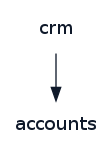
This is assets/nexgen.png from oodavid/oodavid.github.com, a Graphviz export, as it was before one commit. Its source is kept beside it as assets/nexgen.dot. The source it was exported from:
```dot
/**
 * Example GraphViz file for the generation of a visual schema.
 *
 *		To use:
 *
 *			dot -Tpng nexgen.dot -o nexgen.png
 *			setsid exo-open nexgen.png
 */
digraph G {
	graph [
		truecolor=true
		bgcolor="#FFFFFF00"
		fontname = "Ubuntu"
	]
	node [
		shape=box
		style=filled
		fillcolor="#FFFFFF"
		color=transparent
		fontcolor="#0F192A"
	]
	edge [
		color="#0F192A"
	]
	crm -> accounts;
}
```
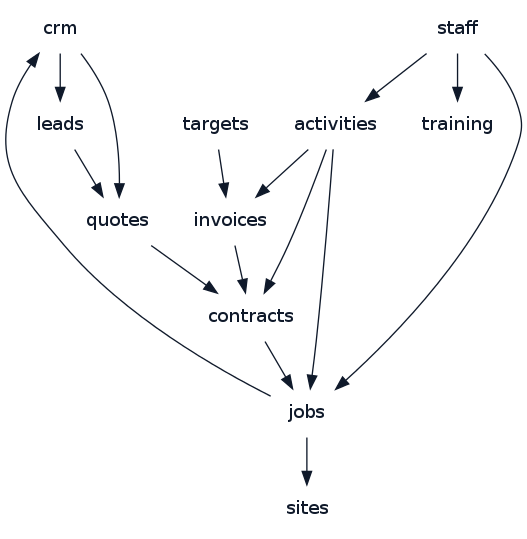
The same file after the commit.

What changed in the source:
```diff
@@ -22,5 +22,19 @@
 	edge [
 		color="#0F192A"
 	]
-	crm -> accounts;
+	crm -> leads;
+	crm -> quotes;
+	leads -> quotes;
+	quotes -> contracts;
+	contracts -> jobs;
+	activities -> jobs;
+	activities -> contracts;
+	activities -> invoices;
+	invoices -> contracts;
+	jobs -> sites;
+	jobs -> crm;
+	targets -> invoices;
+	staff -> training;
+	staff -> jobs;
+	staff -> activities;
 }
```
